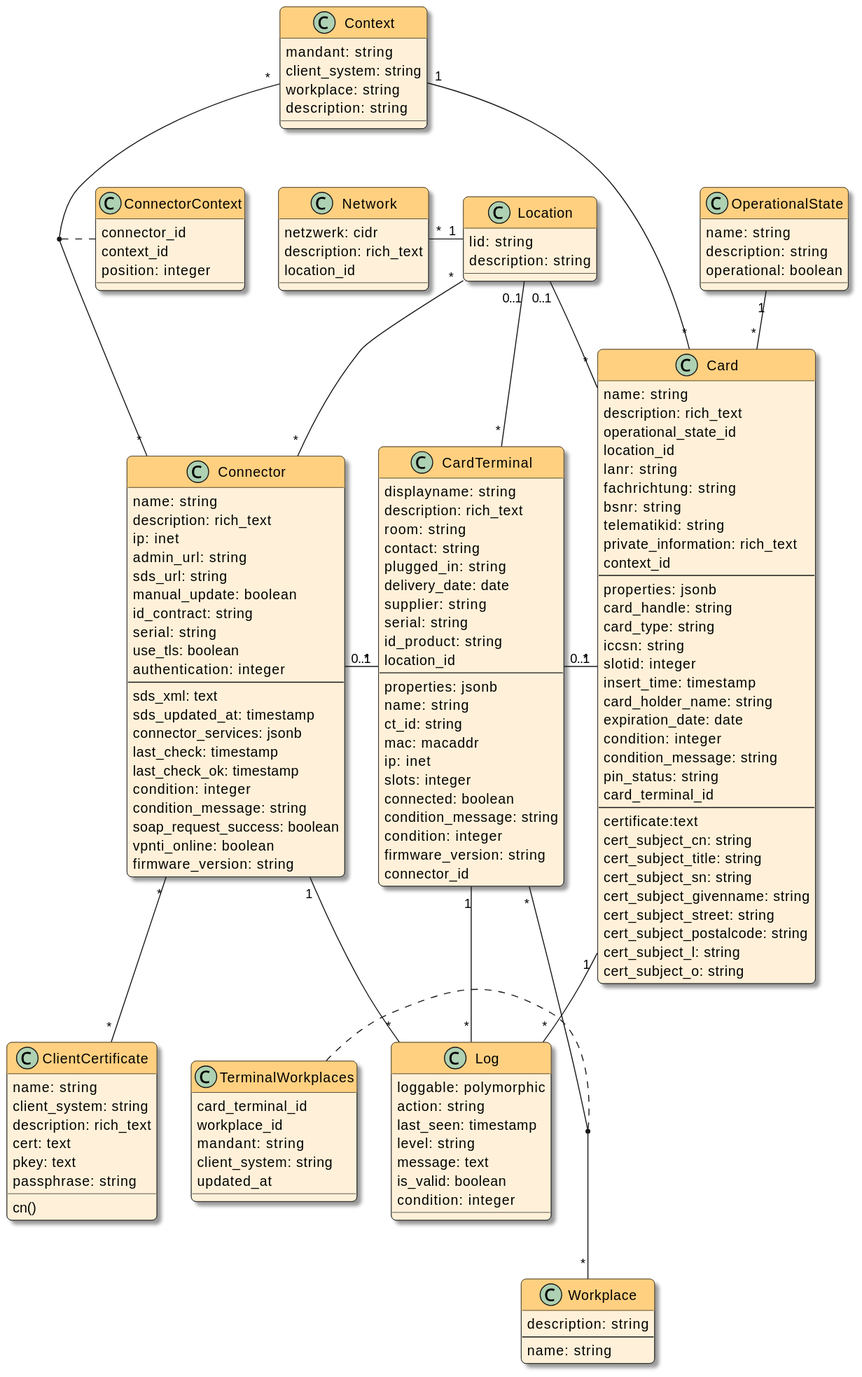
Above: docsrc/devnotes/modules/ROOT/images/models.svg in swobspace/cocard (PlantUML), before the change.
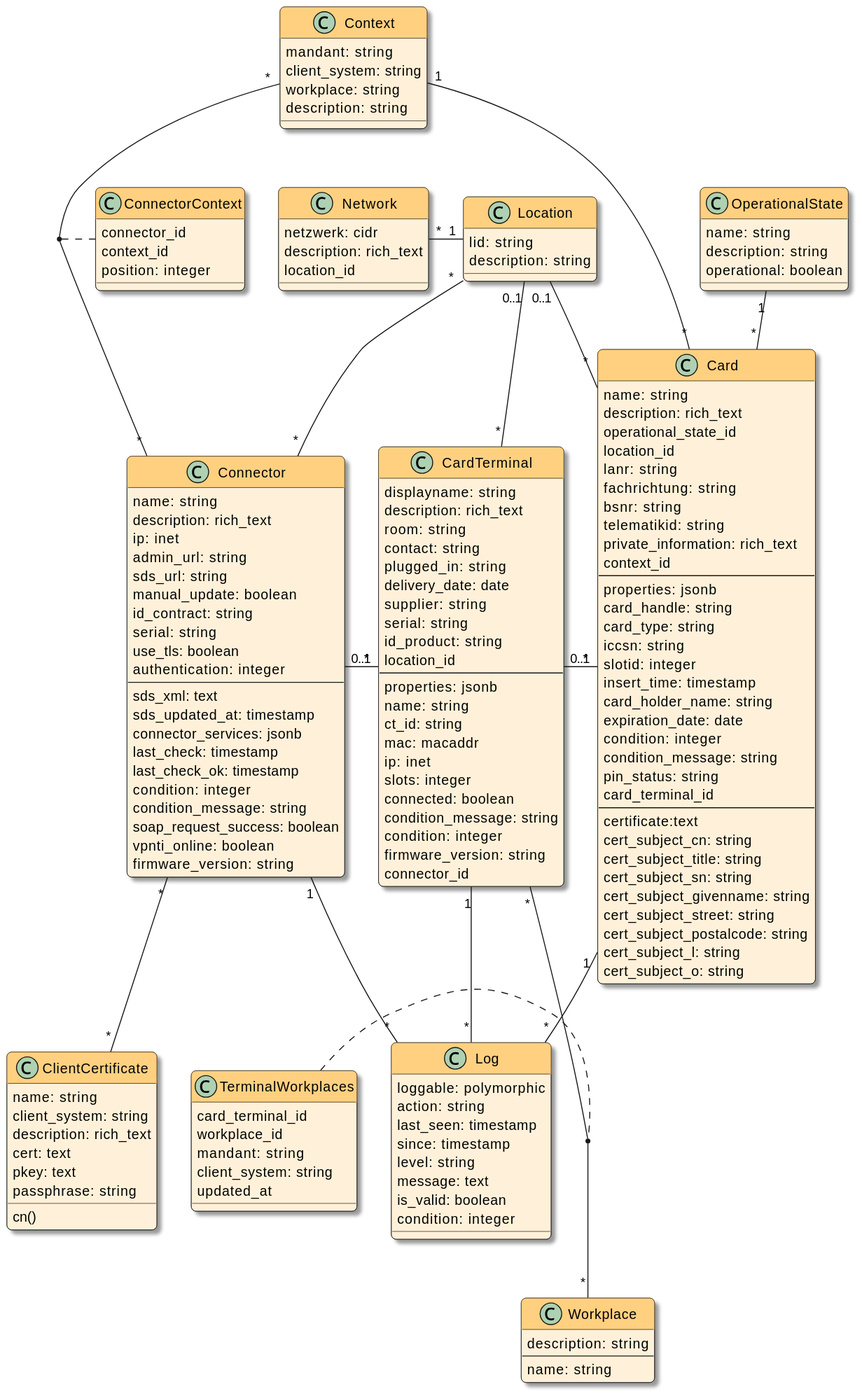
Above is the later version.

What changed in the source:
```diff
@@ -128,6 +128,7 @@
   loggable: polymorphic
   action: string
   last_seen: timestamp
+  since: timestamp
   level: string
   message: text
   is_valid: boolean
```
